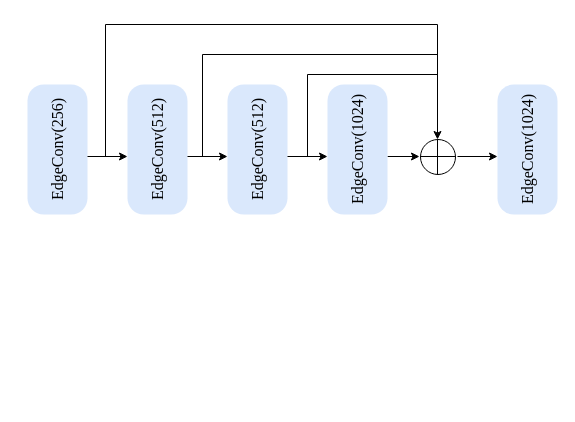
Earlier version of the draw.io diagram DrivAerNet_RegGDCNN.drawio (bojunZhang-heng/science_drawing). Source tidied: cells renumbered, new cells numbered last; positions are measured from the earlier drawing's top-left corner, leaving out a move shared by most shapes. Both pictures are drawn from the tidied source at 100%, with x=0, y=0 at pixel (-8, 24).
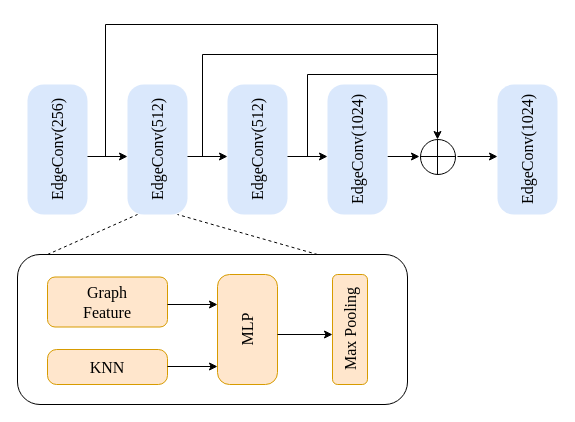
Above is the later version.

Diff of the diagram source:
```diff
@@
+    <mxCell id="18" style="rounded=1;whiteSpace=wrap;html=1;roundedPerimeter=1;" parent="1" vertex="1">
+      <mxGeometry x="25" y="230" width="390" height="150" as="geometry" />
+    </mxCell>
@@
+    <mxCell id="19" style="endArrow=none;dashed=1;html=1;rounded=0;defaultLabelBackgroundColor=page;" parent="1" edge="1">
+      <mxGeometry relative="1" as="geometry">
+        <mxPoint x="55" y="230" as="sourcePoint" />
+        <mxPoint x="145" y="190" as="targetPoint" />
+      </mxGeometry>
+    </mxCell>
+    <mxCell id="20" style="endArrow=none;dashed=1;html=1;rounded=0;defaultLabelBackgroundColor=page;" parent="1" edge="1">
+      <mxGeometry relative="1" as="geometry">
+        <mxPoint x="325" y="230" as="sourcePoint" />
+        <mxPoint x="185" y="190" as="targetPoint" />
+      </mxGeometry>
+    </mxCell>
+    <mxCell id="21" value="&lt;font face=&quot;Times New Roman&quot; style=&quot;font-size: 16px;&quot;&gt;Graph&lt;br&gt;Feature&lt;/font&gt;" style="rounded=1;whiteSpace=wrap;html=1;roundedPerimeter=1;fillColor=#ffe6cc;strokeColor=#d79b00;" parent="1" vertex="1">
+      <mxGeometry x="55" y="252.5" width="120" height="50" as="geometry" />
+    </mxCell>
+    <mxCell id="22" value="KNN" style="rounded=1;whiteSpace=wrap;html=1;roundedPerimeter=1;fillColor=#ffe6cc;strokeColor=#d79b00;fontFamily=Times New Roman;fontSize=16;arcSize=26;" parent="1" vertex="1">
+      <mxGeometry x="55" y="325" width="120" height="35" as="geometry" />
+    </mxCell>
+    <mxCell id="23" value="MLP" style="rounded=1;whiteSpace=wrap;html=1;roundedPerimeter=1;rotation=-90;fillColor=#ffe6cc;strokeColor=#d79b00;fontSize=16;fontFamily=Times New Roman;arcSize=20;" parent="1" vertex="1">
+      <mxGeometry x="200" y="275" width="110" height="60" as="geometry" />
+    </mxCell>
+    <mxCell id="24" value="Max Pooling" style="rounded=1;whiteSpace=wrap;html=1;roundedPerimeter=1;rotation=-90;fontFamily=Times New Roman;fontSize=16;fillColor=#ffe6cc;strokeColor=#d79b00;" parent="1" vertex="1">
+      <mxGeometry x="302.5" y="287.5" width="110" height="35" as="geometry" />
+    </mxCell>
+    <mxCell id="25" style="endArrow=classic;html=1;rounded=0;defaultLabelBackgroundColor=page;" parent="1" edge="1">
+      <mxGeometry relative="1" as="geometry">
+        <mxPoint x="285" y="310" as="sourcePoint" />
+        <mxPoint x="340" y="310" as="targetPoint" />
+      </mxGeometry>
+    </mxCell>
+    <mxCell id="26" style="endArrow=classic;html=1;rounded=0;defaultLabelBackgroundColor=page;" parent="1" edge="1">
+      <mxGeometry relative="1" as="geometry">
+        <mxPoint x="175" y="342" as="sourcePoint" />
+        <mxPoint x="225" y="342" as="targetPoint" />
+      </mxGeometry>
+    </mxCell>
+    <mxCell id="27" style="endArrow=classic;html=1;rounded=0;defaultLabelBackgroundColor=page;" parent="1" edge="1">
+      <mxGeometry relative="1" as="geometry">
+        <mxPoint x="175" y="280" as="sourcePoint" />
+        <mxPoint x="225" y="280" as="targetPoint" />
+      </mxGeometry>
+    </mxCell>
```
